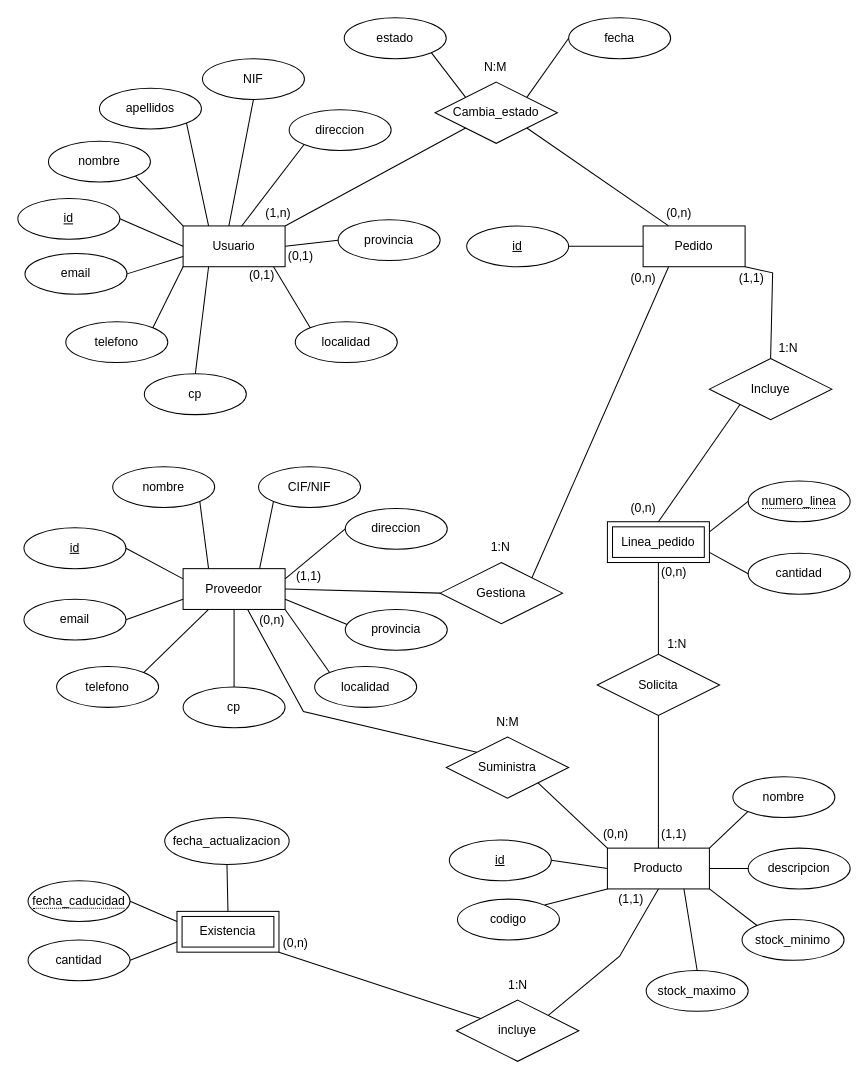
Above: Diagrama sin título.drawio in mariopr25/StockAlmacen-ER (draw.io), before the change. Source tidied: cells renumbered, new cells numbered last; positions are measured from the earlier drawing's top-left corner, leaving out a move shared by most shapes. Both pictures are drawn from the tidied source at 102%, with x=0, y=0 at pixel (17, 17).
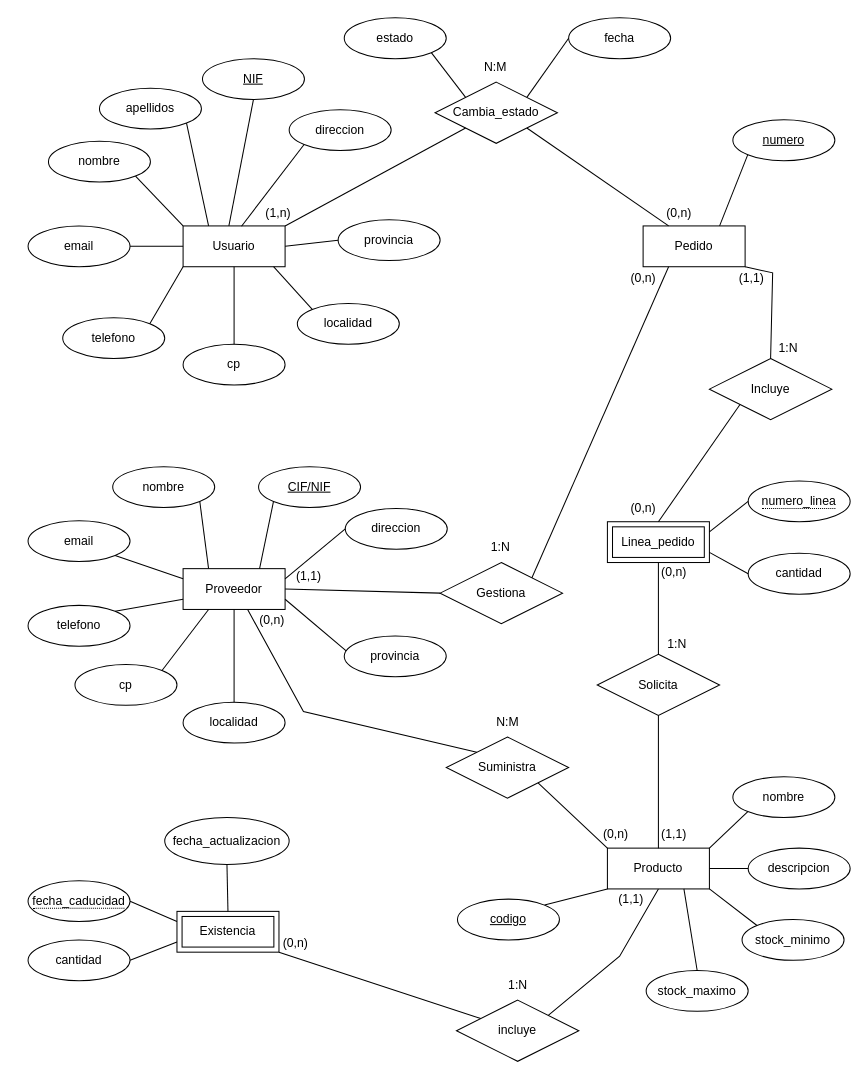
After the change.

Commit message:
quitados los atributos id

The change refers to these unchanged cells:
```xml
<mxCell id="2" value="&lt;div&gt;Usuario&lt;/div&gt;" style="whiteSpace=wrap;html=1;align=center;" parent="1" vertex="1">
  <mxGeometry x="162" y="204" width="100" height="40" as="geometry" />
</mxCell>
<mxCell id="23" value="Producto" style="whiteSpace=wrap;html=1;align=center;" parent="1" vertex="1">
  <mxGeometry x="578" y="814" width="100" height="40" as="geometry" />
</mxCell>
<mxCell id="36" value="Proveedor" style="whiteSpace=wrap;html=1;align=center;" parent="1" vertex="1">
  <mxGeometry x="162" y="540" width="100" height="40" as="geometry" />
</mxCell>
<mxCell id="55" value="Pedido" style="whiteSpace=wrap;html=1;align=center;" parent="1" vertex="1">
  <mxGeometry x="613" y="204" width="100" height="40" as="geometry" />
</mxCell>
```

Change to the diagram source:
```diff
@@
-    <mxCell id="3" value="&lt;div&gt;id&lt;/div&gt;" style="ellipse;whiteSpace=wrap;html=1;align=center;fontStyle=4;" parent="1" vertex="1">
-      <mxGeometry y="177" width="100" height="40" as="geometry" />
-    </mxCell>
@@
-    <mxCell id="6" value="&lt;div&gt;NIF&lt;/div&gt;" style="ellipse;whiteSpace=wrap;html=1;align=center;" parent="1" vertex="1">
+    <mxCell id="6" value="&lt;div&gt;&lt;u&gt;NIF&lt;/u&gt;&lt;/div&gt;" style="ellipse;whiteSpace=wrap;html=1;align=center;" parent="1" vertex="1">
       <mxGeometry x="181" y="40" width="100" height="40" as="geometry" />
     </mxCell>
@@
     <mxCell id="9" value="localidad" style="ellipse;whiteSpace=wrap;html=1;align=center;" parent="1" vertex="1">
-      <mxGeometry x="272" y="298" width="100" height="40" as="geometry" />
+      <mxGeometry x="274" y="280" width="100" height="40" as="geometry" />
     </mxCell>
     <mxCell id="10" value="&lt;div&gt;cp&lt;/div&gt;" style="ellipse;whiteSpace=wrap;html=1;align=center;" parent="1" vertex="1">
-      <mxGeometry x="124" y="349" width="100" height="40" as="geometry" />
+      <mxGeometry x="162" y="320" width="100" height="40" as="geometry" />
     </mxCell>
     <mxCell id="11" value="email" style="ellipse;whiteSpace=wrap;html=1;align=center;" parent="1" vertex="1">
-      <mxGeometry x="7" y="231" width="100" height="40" as="geometry" />
+      <mxGeometry x="10" y="204" width="100" height="40" as="geometry" />
     </mxCell>
     <mxCell id="12" value="telefono" style="ellipse;whiteSpace=wrap;html=1;align=center;" parent="1" vertex="1">
-      <mxGeometry x="47" y="298" width="100" height="40" as="geometry" />
+      <mxGeometry x="44" y="294" width="100" height="40" as="geometry" />
     </mxCell>
-    <mxCell id="13" style="endArrow=none;html=1;rounded=0;exitX=1;exitY=0.5;exitDx=0;exitDy=0;entryX=0;entryY=0.75;entryDx=0;entryDy=0;" parent="1" edge="1" source="11" target="2">
+    <mxCell id="13" style="endArrow=none;html=1;rounded=0;exitX=1;exitY=0.5;exitDx=0;exitDy=0;entryX=0;entryY=0.5;entryDx=0;entryDy=0;" parent="1" edge="1" source="11" target="2">
       <mxGeometry relative="1" as="geometry" />
     </mxCell>
-    <mxCell id="14" style="endArrow=none;html=1;rounded=0;exitX=1;exitY=0.5;exitDx=0;exitDy=0;entryX=0;entryY=0.5;entryDx=0;entryDy=0;" parent="1" edge="1" source="3" target="2">
-      <mxGeometry relative="1" as="geometry" />
-    </mxCell>
@@
-    <mxCell id="21" style="endArrow=none;html=1;rounded=0;exitX=0.25;exitY=1;exitDx=0;exitDy=0;entryX=0.5;entryY=0;entryDx=0;entryDy=0;" parent="1" edge="1" source="2" target="10">
+    <mxCell id="21" style="endArrow=none;html=1;rounded=0;entryX=0.5;entryY=0;entryDx=0;entryDy=0;exitX=0.5;exitY=1;exitDx=0;exitDy=0;" parent="1" edge="1" source="2" target="10">
       <mxGeometry relative="1" as="geometry" />
     </mxCell>
@@
-    <mxCell id="24" value="&lt;div&gt;id&lt;/div&gt;" style="ellipse;whiteSpace=wrap;html=1;align=center;fontStyle=4;" parent="1" vertex="1">
-      <mxGeometry x="423" y="806" width="100" height="40" as="geometry" />
-    </mxCell>
-    <mxCell id="25" value="codigo" style="ellipse;whiteSpace=wrap;html=1;align=center;" parent="1" vertex="1">
+    <mxCell id="25" value="&lt;u&gt;codigo&lt;/u&gt;" style="ellipse;whiteSpace=wrap;html=1;align=center;" parent="1" vertex="1">
       <mxGeometry x="431" y="864" width="100" height="40" as="geometry" />
     </mxCell>
@@
-    <mxCell id="30" style="endArrow=none;html=1;rounded=0;entryX=0;entryY=0.5;entryDx=0;entryDy=0;exitX=1;exitY=0.5;exitDx=0;exitDy=0;" parent="1" edge="1" source="24" target="23">
-      <mxGeometry relative="1" as="geometry" />
-    </mxCell>
@@
-    <mxCell id="37" value="id" style="ellipse;whiteSpace=wrap;html=1;align=center;fontStyle=4;" parent="1" vertex="1">
-      <mxGeometry x="6" y="500" width="100" height="40" as="geometry" />
-    </mxCell>
@@
     <mxCell id="40" value="provincia" style="ellipse;whiteSpace=wrap;html=1;align=center;" parent="1" vertex="1">
-      <mxGeometry x="321" y="580" width="100" height="40" as="geometry" />
+      <mxGeometry x="320" y="606" width="100" height="40" as="geometry" />
     </mxCell>
     <mxCell id="41" value="localidad" style="ellipse;whiteSpace=wrap;html=1;align=center;" parent="1" vertex="1">
-      <mxGeometry x="291" y="636" width="100" height="40" as="geometry" />
+      <mxGeometry x="162" y="671" width="100" height="40" as="geometry" />
     </mxCell>
     <mxCell id="42" value="&lt;div&gt;cp&lt;/div&gt;" style="ellipse;whiteSpace=wrap;html=1;align=center;" parent="1" vertex="1">
-      <mxGeometry x="162" y="656" width="100" height="40" as="geometry" />
+      <mxGeometry x="56" y="634" width="100" height="40" as="geometry" />
     </mxCell>
     <mxCell id="43" value="email" style="ellipse;whiteSpace=wrap;html=1;align=center;" parent="1" vertex="1">
-      <mxGeometry x="6" y="570" width="100" height="40" as="geometry" />
+      <mxGeometry x="10" y="493" width="100" height="40" as="geometry" />
     </mxCell>
     <mxCell id="44" value="telefono" style="ellipse;whiteSpace=wrap;html=1;align=center;" parent="1" vertex="1">
-      <mxGeometry x="38" y="636" width="100" height="40" as="geometry" />
+      <mxGeometry x="10" y="576" width="100" height="40" as="geometry" />
     </mxCell>
-    <mxCell id="45" value="CIF/NIF" style="ellipse;whiteSpace=wrap;html=1;align=center;" parent="1" vertex="1">
+    <mxCell id="45" value="&lt;u&gt;CIF/NIF&lt;/u&gt;" style="ellipse;whiteSpace=wrap;html=1;align=center;" parent="1" vertex="1">
       <mxGeometry x="236" y="440" width="100" height="40" as="geometry" />
     </mxCell>
@@
-    <mxCell id="48" style="endArrow=none;html=1;rounded=0;entryX=0;entryY=0;entryDx=0;entryDy=0;exitX=1;exitY=1;exitDx=0;exitDy=0;" parent="1" edge="1" source="36" target="41">
+    <mxCell id="48" style="endArrow=none;html=1;rounded=0;entryX=0.5;entryY=0;entryDx=0;entryDy=0;exitX=0.5;exitY=1;exitDx=0;exitDy=0;" parent="1" edge="1" source="36" target="41">
       <mxGeometry relative="1" as="geometry" />
     </mxCell>
-    <mxCell id="49" style="endArrow=none;html=1;rounded=0;entryX=0.5;entryY=0;entryDx=0;entryDy=0;exitX=0.5;exitY=1;exitDx=0;exitDy=0;" parent="1" edge="1" source="36" target="42">
+    <mxCell id="49" style="endArrow=none;html=1;rounded=0;entryX=1;entryY=0;entryDx=0;entryDy=0;exitX=0.25;exitY=1;exitDx=0;exitDy=0;" parent="1" edge="1" source="36" target="42">
       <mxGeometry relative="1" as="geometry" />
     </mxCell>
-    <mxCell id="50" style="endArrow=none;html=1;rounded=0;exitX=1;exitY=0;exitDx=0;exitDy=0;entryX=0.25;entryY=1;entryDx=0;entryDy=0;" parent="1" edge="1" source="44" target="36">
+    <mxCell id="50" style="endArrow=none;html=1;rounded=0;exitX=1;exitY=0;exitDx=0;exitDy=0;entryX=0;entryY=0.75;entryDx=0;entryDy=0;" parent="1" edge="1" source="44" target="36">
       <mxGeometry relative="1" as="geometry" />
     </mxCell>
-    <mxCell id="51" style="endArrow=none;html=1;rounded=0;entryX=1;entryY=0.5;entryDx=0;entryDy=0;exitX=0;exitY=0.75;exitDx=0;exitDy=0;" parent="1" edge="1" source="36" target="43">
+    <mxCell id="51" style="endArrow=none;html=1;rounded=0;entryX=1;entryY=1;entryDx=0;entryDy=0;exitX=0;exitY=0.25;exitDx=0;exitDy=0;" parent="1" edge="1" source="36" target="43">
       <mxGeometry relative="1" as="geometry" />
     </mxCell>
-    <mxCell id="52" style="endArrow=none;html=1;rounded=0;exitX=1;exitY=0.5;exitDx=0;exitDy=0;entryX=0;entryY=0.25;entryDx=0;entryDy=0;" parent="1" edge="1" source="37" target="36">
-      <mxGeometry relative="1" as="geometry" />
-    </mxCell>
@@
-    <mxCell id="56" value="&lt;div&gt;id&lt;/div&gt;" style="ellipse;whiteSpace=wrap;html=1;align=center;fontStyle=4;" parent="1" vertex="1">
-      <mxGeometry x="440" y="204" width="100" height="40" as="geometry" />
-    </mxCell>
@@
-    <mxCell id="58" style="endArrow=none;html=1;rounded=0;entryX=0;entryY=0.5;entryDx=0;entryDy=0;exitX=1;exitY=0.5;exitDx=0;exitDy=0;" parent="1" edge="1" source="56" target="55">
-      <mxGeometry relative="1" as="geometry" />
-    </mxCell>
@@
-    <mxCell id="82" value="(0,1)" style="text;html=1;align=center;verticalAlign=middle;strokeColor=none;fillColor=none;" parent="1" vertex="1">
-      <mxGeometry x="252" y="219" width="50" height="30" as="geometry" />
-    </mxCell>
-    <mxCell id="83" value="(0,1)" style="text;html=1;align=center;verticalAlign=middle;strokeColor=none;fillColor=none;" parent="1" vertex="1">
-      <mxGeometry x="214" y="238" width="50" height="30" as="geometry" />
-    </mxCell>
@@
+    <mxCell id="112" value="&lt;div&gt;&lt;u&gt;numero&lt;/u&gt;&lt;/div&gt;" style="ellipse;whiteSpace=wrap;html=1;align=center;" parent="1" vertex="1">
+      <mxGeometry x="701" y="100" width="100" height="40" as="geometry" />
+    </mxCell>
+    <mxCell id="113" style="endArrow=none;html=1;rounded=0;entryX=0;entryY=1;entryDx=0;entryDy=0;exitX=0.75;exitY=0;exitDx=0;exitDy=0;" parent="1" edge="1" source="55" target="112">
+      <mxGeometry relative="1" as="geometry" />
+    </mxCell>
```
